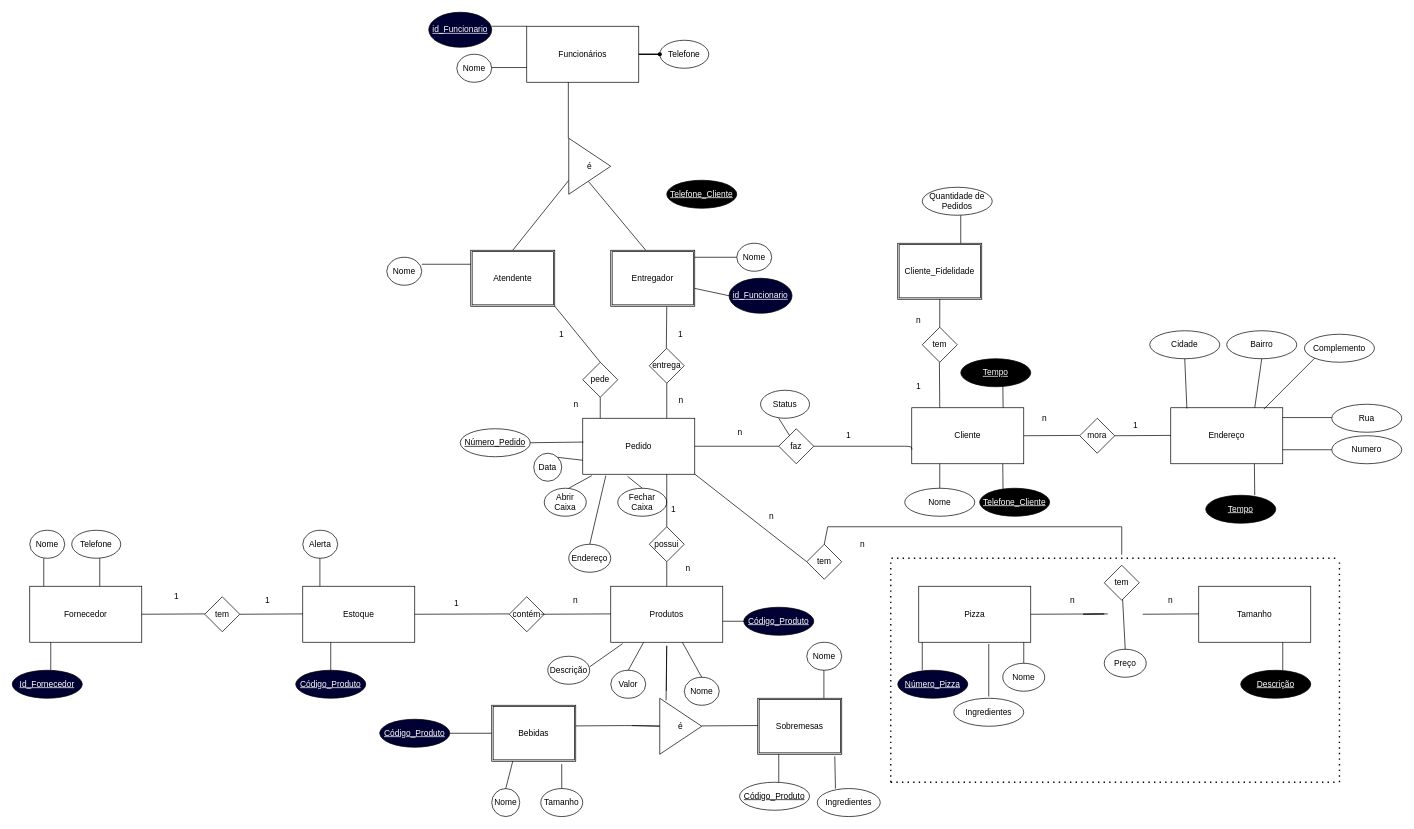
The draw.io diagram MER APSBD1.drawio in yangsouza/BD1, before the edit. Source tidied: cells renumbered, new cells numbered last; positions are measured from the earlier drawing's top-left corner, leaving out a move shared by most shapes. Both pictures are drawn from the tidied source at 70%, with x=0, y=0 at pixel (12, 12).
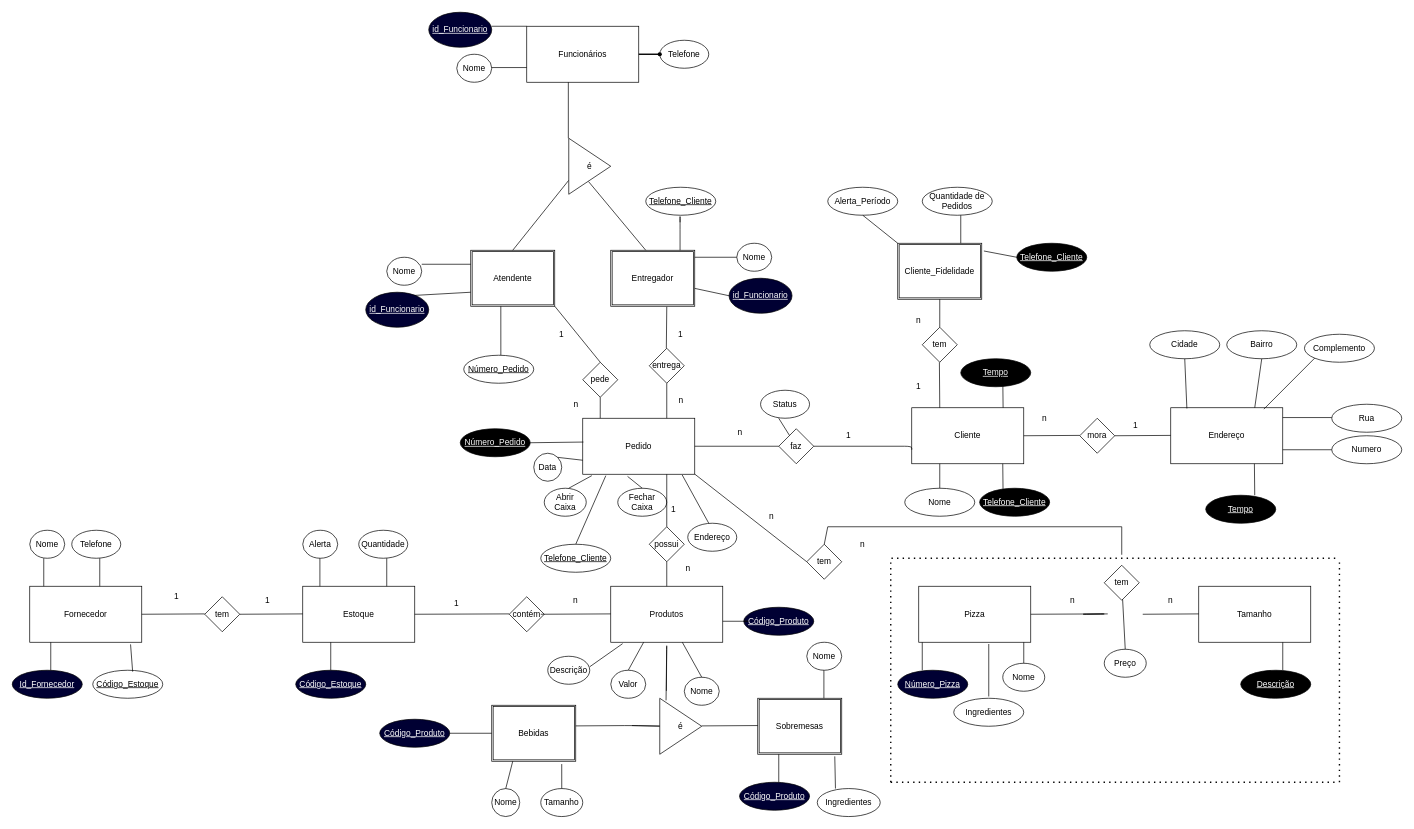
After the change.

Unchanged cells that the change refers to:
```xml
<mxCell id="3" value="Atendente" style="shape=ext;double=1;rounded=0;whiteSpace=wrap;html=1;" parent="1" vertex="1">
  <mxGeometry x="655" y="340" width="120" height="80" as="geometry" />
</mxCell>
<mxCell id="8" value="Pedido" style="rounded=0;whiteSpace=wrap;html=1;" parent="1" vertex="1">
  <mxGeometry x="815" y="580" width="160" height="80" as="geometry" />
</mxCell>
<mxCell id="23" value="Cliente_Fidelidade" style="shape=ext;double=1;rounded=0;whiteSpace=wrap;html=1;" parent="1" vertex="1">
  <mxGeometry x="1265" y="330" width="120" height="80" as="geometry" />
</mxCell>
<mxCell id="47" value="Fornecedor" style="rounded=0;whiteSpace=wrap;html=1;" parent="1" vertex="1">
  <mxGeometry x="25" y="820" width="160" height="80" as="geometry" />
</mxCell>
```

What changed in the source:
```diff
@@
-    <mxCell id="27" value="Código_Produto" style="ellipse;whiteSpace=wrap;html=1;align=center;fontStyle=4;fillColor=#000033;fontColor=#FFFFFF;" parent="1" vertex="1">
+    <mxCell id="27" value="Código_Estoque" style="ellipse;whiteSpace=wrap;html=1;align=center;fontStyle=4;fillColor=#000033;fontColor=#FFFFFF;" parent="1" vertex="1">
       <mxGeometry x="405" y="940" width="100" height="40" as="geometry" />
     </mxCell>
@@
-    <mxCell id="29" value="Código_Produto" style="ellipse;whiteSpace=wrap;html=1;align=center;fontStyle=4;" parent="1" vertex="1">
+    <mxCell id="29" value="Código_Produto" style="ellipse;whiteSpace=wrap;html=1;align=center;fontStyle=4;fontColor=#FFFFFF;fillColor=#000033;" parent="1" vertex="1">
       <mxGeometry x="1039" y="1100" width="100" height="40" as="geometry" />
     </mxCell>
@@
-    <mxCell id="32" value="Número_Pedido" style="ellipse;whiteSpace=wrap;html=1;align=center;fontStyle=4;" parent="1" vertex="1">
+    <mxCell id="32" value="Número_Pedido" style="ellipse;whiteSpace=wrap;html=1;align=center;fontStyle=4;fillColor=#000000;fontColor=#FFFFFF;" parent="1" vertex="1">
       <mxGeometry x="640" y="595" width="100" height="40" as="geometry" />
     </mxCell>
@@
-    <mxCell id="40" value="Endereço" style="ellipse;whiteSpace=wrap;html=1;align=center;" parent="1" vertex="1">
-      <mxGeometry x="795" y="760" width="60" height="40" as="geometry" />
+    <mxCell id="40" value="Telefone_Cliente" style="ellipse;whiteSpace=wrap;html=1;align=center;labelBackgroundColor=none;labelBorderColor=none;fontStyle=4;" parent="1" vertex="1">
+      <mxGeometry x="755" y="760" width="100" height="40" as="geometry" />
     </mxCell>
@@
-    <mxCell id="160" value="Telefone_Cliente" style="ellipse;whiteSpace=wrap;html=1;align=center;fontStyle=4;fontColor=#FFFFFF;fillColor=#000000;" parent="1" vertex="1">
-      <mxGeometry x="935" y="240" width="100" height="40" as="geometry" />
+    <mxCell id="160" value="Telefone_Cliente" style="ellipse;whiteSpace=wrap;html=1;align=center;fontStyle=4;" parent="1" vertex="1">
+      <mxGeometry x="905" y="250" width="100" height="40" as="geometry" />
     </mxCell>
@@
+    <mxCell id="167" value="Código_Estoque" style="ellipse;whiteSpace=wrap;html=1;align=center;fontStyle=4;" parent="1" vertex="1">
+      <mxGeometry x="115" y="940" width="100" height="40" as="geometry" />
+    </mxCell>
+    <mxCell id="168" style="endArrow=none;html=1;entryX=0.9;entryY=1.038;entryDx=0;entryDy=0;entryPerimeter=0;exitX=0.57;exitY=0.05;exitDx=0;exitDy=0;exitPerimeter=0;" parent="1" edge="1" source="167" target="47">
+      <mxGeometry relative="1" as="geometry" />
+    </mxCell>
+    <mxCell id="169" style="endArrow=none;html=1;exitX=0.5;exitY=0;exitDx=0;exitDy=0;" parent="1" edge="1">
+      <mxGeometry relative="1" as="geometry">
+        <mxPoint x="954" y="340" as="sourcePoint" />
+        <mxPoint x="954" y="300" as="targetPoint" />
+        <Array as="points">
+          <mxPoint x="954" y="300" />
+          <mxPoint x="954" y="290" />
+        </Array>
+      </mxGeometry>
+    </mxCell>
+    <mxCell id="170" value="id_Funcionario" style="ellipse;whiteSpace=wrap;html=1;align=center;fontStyle=4;fillColor=#000033;fontColor=#FFFFFF;" parent="1" vertex="1">
+      <mxGeometry x="505" y="400" width="90" height="50" as="geometry" />
+    </mxCell>
+    <mxCell id="171" style="endArrow=none;html=1;exitX=0;exitY=0.75;exitDx=0;exitDy=0;entryX=1;entryY=0.25;entryDx=0;entryDy=0;entryPerimeter=0;" parent="1" edge="1" source="3">
+      <mxGeometry relative="1" as="geometry">
+        <mxPoint x="575" y="404.5" as="targetPoint" />
+      </mxGeometry>
+    </mxCell>
+    <mxCell id="172" value="Quantidade" style="ellipse;whiteSpace=wrap;html=1;align=center;" parent="1" vertex="1">
+      <mxGeometry x="495" y="740" width="70" height="40" as="geometry" />
+    </mxCell>
+    <mxCell id="173" style="endArrow=none;html=1;entryX=0.75;entryY=1;entryDx=0;entryDy=0;" parent="1" edge="1">
+      <mxGeometry relative="1" as="geometry">
+        <mxPoint x="535" y="820" as="sourcePoint" />
+        <mxPoint x="535" y="780" as="targetPoint" />
+      </mxGeometry>
+    </mxCell>
+    <mxCell id="174" value="Endereço" style="ellipse;whiteSpace=wrap;html=1;align=center;" parent="1" vertex="1">
+      <mxGeometry x="965" y="730" width="70" height="40" as="geometry" />
+    </mxCell>
+    <mxCell id="175" style="endArrow=none;html=1;exitX=0.888;exitY=1.013;exitDx=0;exitDy=0;exitPerimeter=0;" parent="1" edge="1" source="8">
+      <mxGeometry relative="1" as="geometry">
+        <mxPoint x="995" y="730" as="targetPoint" />
+      </mxGeometry>
+    </mxCell>
+    <mxCell id="176" style="endArrow=none;html=1;exitX=0.358;exitY=1;exitDx=0;exitDy=0;exitPerimeter=0;" parent="1" edge="1" source="3">
+      <mxGeometry relative="1" as="geometry">
+        <mxPoint x="698" y="490" as="targetPoint" />
+      </mxGeometry>
+    </mxCell>
+    <mxCell id="177" value="Número_Pedido" style="ellipse;whiteSpace=wrap;html=1;align=center;labelBackgroundColor=none;labelBorderColor=none;fontStyle=4;" parent="1" vertex="1">
+      <mxGeometry x="645" y="490" width="100" height="40" as="geometry" />
+    </mxCell>
+    <mxCell id="178" value="Alerta_Período" style="ellipse;whiteSpace=wrap;html=1;align=center;" parent="1" vertex="1">
+      <mxGeometry x="1165" y="250" width="100" height="40" as="geometry" />
+    </mxCell>
+    <mxCell id="179" value="Telefone_Cliente" style="ellipse;whiteSpace=wrap;html=1;align=center;fontStyle=4;fontColor=#FFFFFF;fillColor=#000000;" parent="1" vertex="1">
+      <mxGeometry x="1435" y="330" width="100" height="40" as="geometry" />
+    </mxCell>
+    <mxCell id="180" style="endArrow=none;html=1;entryX=1.025;entryY=0.138;entryDx=0;entryDy=0;entryPerimeter=0;exitX=0;exitY=0.5;exitDx=0;exitDy=0;" parent="1" edge="1" source="179" target="23">
+      <mxGeometry relative="1" as="geometry" />
+    </mxCell>
+    <mxCell id="181" style="endArrow=none;html=1;entryX=0;entryY=0;entryDx=0;entryDy=0;exitX=0.5;exitY=1;exitDx=0;exitDy=0;" parent="1" edge="1" source="178" target="23">
+      <mxGeometry relative="1" as="geometry" />
+    </mxCell>
```
